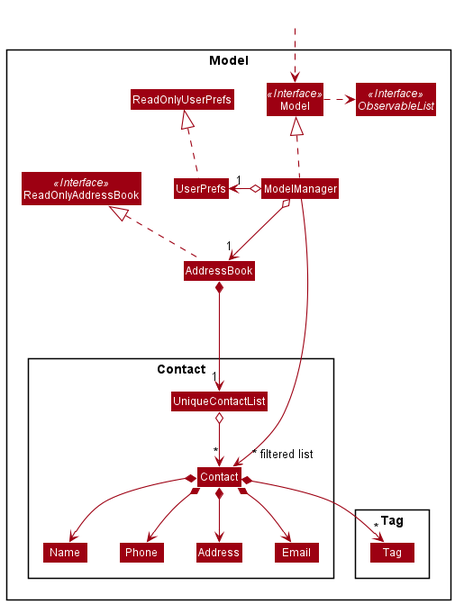
The PlantUML diagram docs/images/ModelClassDiagram.png in nus-cs2103-AY2021S2/tp, before a commit.
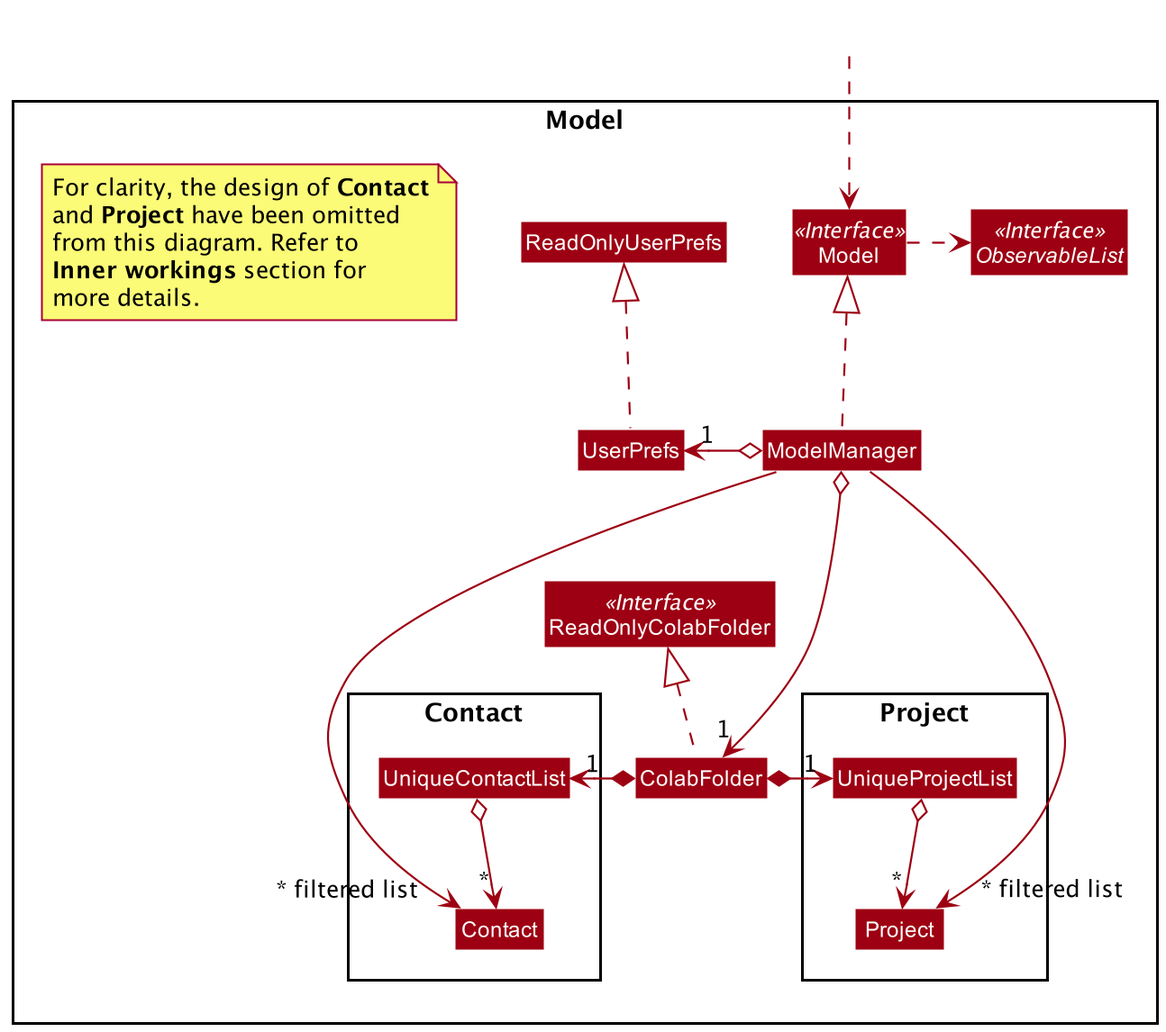
The same diagram one commit later.

Commit message:
Update Model section

Change to the diagram source:
```diff
@@ -5,11 +5,11 @@
 skinparam classBackgroundColor MODEL_COLOR
 
 Package Model <<Rectangle>>{
-Interface ReadOnlyAddressBook <<Interface>>
+Interface ReadOnlyColabFolder <<Interface>>
 Interface Model <<Interface>>
 Interface ObservableList <<Interface>>
-Class AddressBook
-Class ReadOnlyAddressBook
+Class ColabFolder
+Class ReadOnlyColabFolder
 Class Model
 Class ModelManager
 Class UserPrefs
@@ -17,40 +17,39 @@
 
 Package Contact {
 Class Contact
-Class Address
-Class Email
-Class Name
-Class Phone
 Class UniqueContactList
 }
 
-Package Tag {
-Class Tag
+Package Project {
+Class Project
+Class UniqueProjectList
 }
+
+note "For clarity, the design of **Contact**\nand **Project** have been omitted\nfrom this diagram. Refer to\n**Inner workings** section for\nmore details." as Note
 }
 
 Class HiddenOutside #FFFFFF
 HiddenOutside ..> Model
 
-AddressBook .up.|> ReadOnlyAddressBook
+ColabFolder .up.|> ReadOnlyColabFolder
 
 ModelManager .up.|> Model
 Model .right.> ObservableList
-ModelManager o--> "1" AddressBook
+ModelManager o--> "1" ColabFolder
 ModelManager o-left-> "1" UserPrefs
 UserPrefs .up.|> ReadOnlyUserPrefs
 
-AddressBook *--> "1" UniqueContactList
-UniqueContactList o--> "*" Contact
-Contact *--> Name
-Contact *--> Phone
-Contact *--> Email
-Contact *--> Address
-Contact *--> "*" Tag
+ColabFolder *-> "1" UniqueContactList
+UniqueContactList o--> "  *" Contact
 
-Name -[hidden]right-> Phone
-Phone -[hidden]right-> Address
-Address -[hidden]right-> Email
+ColabFolder *-> "1" UniqueProjectList
+UniqueProjectList o--> "*" Project
 
-ModelManager ----->" ~* filtered list" Contact
+ModelManager ---> "~* filtered list   " Contact
+ModelManager ---->"   ~* filtered list" Project
+
+Contact -[hidden]left- ColabFolder
+Project -[hidden]right- ColabFolder
+Project -[hidden]left- Contact
+
 @enduml
```
